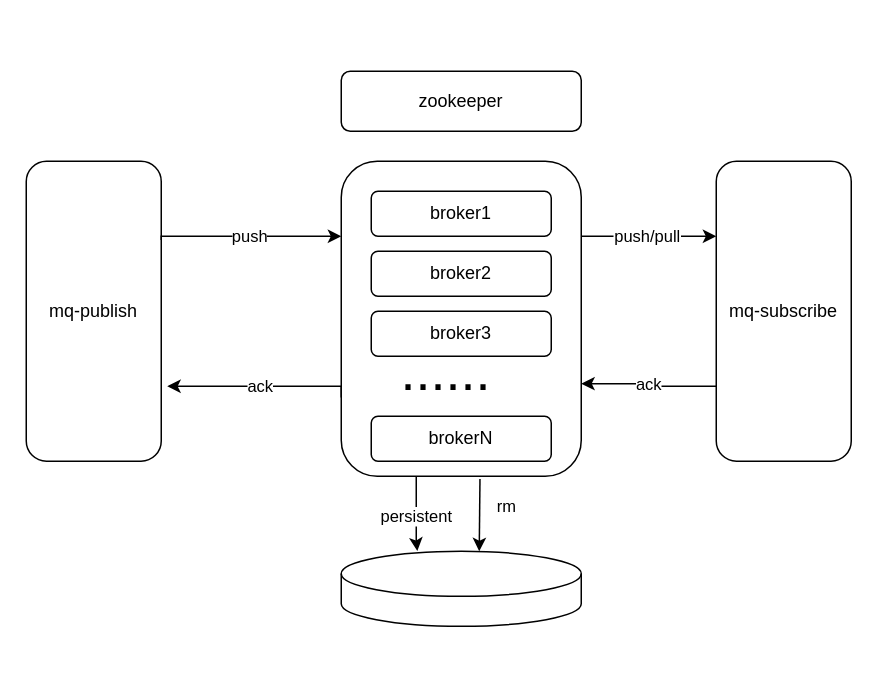
Above: mq-architect.drawio in coding-now/forte-runtime (draw.io), before the change. Source tidied: cells renumbered, new cells numbered last; positions are measured from the earlier drawing's top-left corner, leaving out a move shared by most shapes. Both pictures are drawn from the tidied source at 150%, with x=0, y=0 at pixel (26, 70).
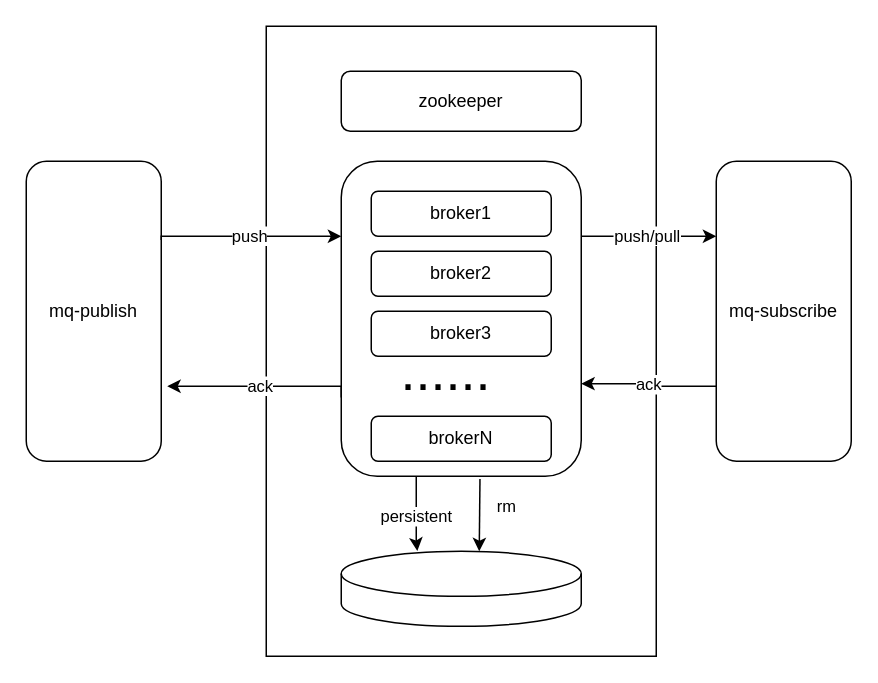
The same diagram, later.

The edit, as a diff of the source:
```diff
@@
+    <mxCell id="18" style="rounded=0;whiteSpace=wrap;html=1;" parent="1" vertex="1">
+      <mxGeometry x="160" y="-30" width="260" height="420" as="geometry" />
+    </mxCell>
```
